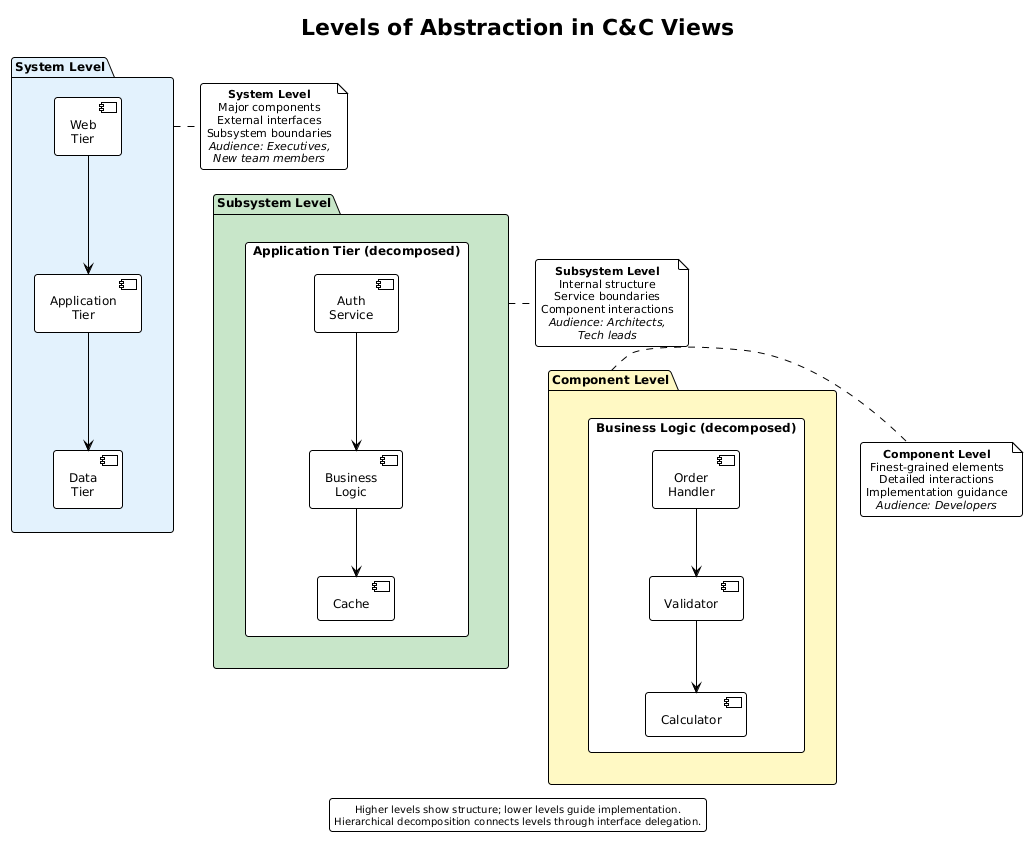
Notoriousjayy/latex-docs keeps this PlantUML diagram as src/architecture/views-and-beyond/style-catalogs/component-and-connector/component-and-connector-views/png/12-abstraction-levels.png. Above is the earlier version.
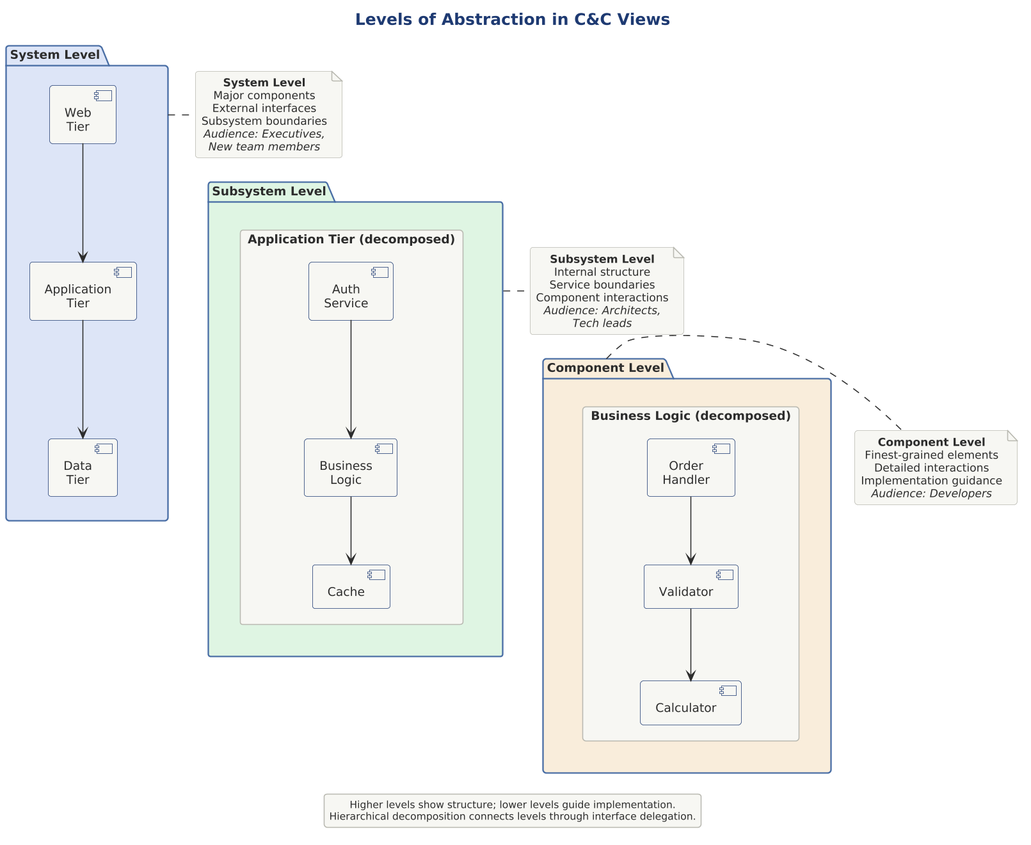
The same file after the commit.

The edit, as a diff of the source:
```diff
@@ -1,11 +1,14 @@
 @startuml 12-abstraction-levels
+
+skinparam dpi 150
+
+
+
 !include ../../../../../../tooling/styles/plantuml/structural/package-diagram-style.iuml
-
-!theme plain
 
 title Levels of Abstraction in C&C Views
 
-package "System Level" as sys #E3F2FD {
+package "System Level" as sys $fill_primary {
     component "Web\nTier" as web
     component "Application\nTier" as app
     component "Data\nTier" as data
@@ -23,7 +26,7 @@
   //New team members//
 end note
 
-package "Subsystem Level" as sub #C8E6C9 {
+package "Subsystem Level" as sub $fill_ok {
     rectangle "Application Tier (decomposed)" {
         component "Auth\nService" as auth
         component "Business\nLogic" as biz
@@ -43,7 +46,7 @@
   //Tech leads//
 end note
 
-package "Component Level" as comp #FFF9C4 {
+package "Component Level" as comp $fill_caution {
     rectangle "Business Logic (decomposed)" {
         component "Order\nHandler" as oh
         component "Validator" as val
```
